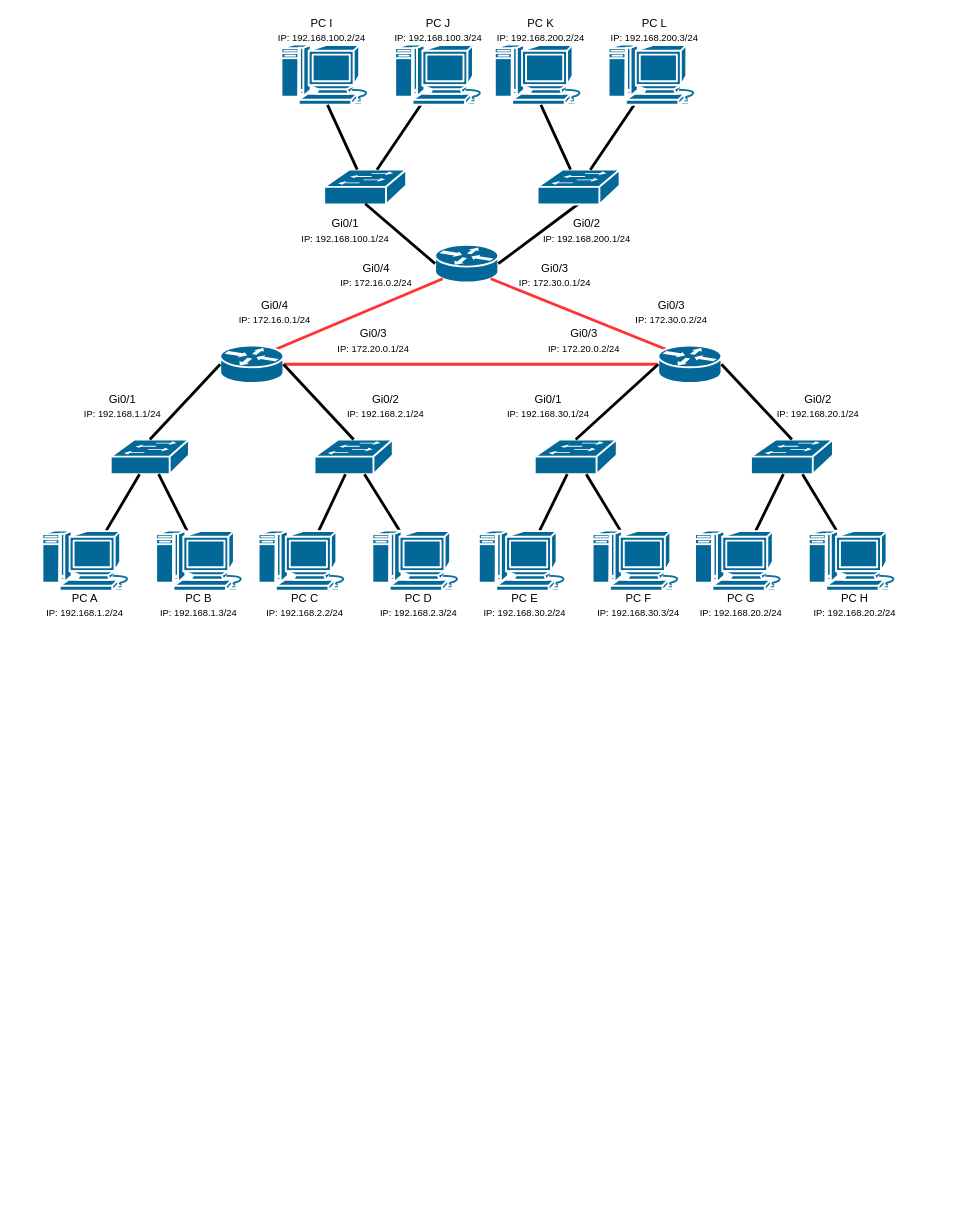
Earlier version of the draw.io diagram Routing.drawio (PLAD26/-MAC-Tabellen-und-Switching-). Source tidied: cells renumbered, new cells numbered last; positions are measured from the earlier drawing's top-left corner, leaving out a move shared by most shapes. Both pictures are drawn from the tidied source at 94%, with x=0, y=0 at pixel (35, 16).
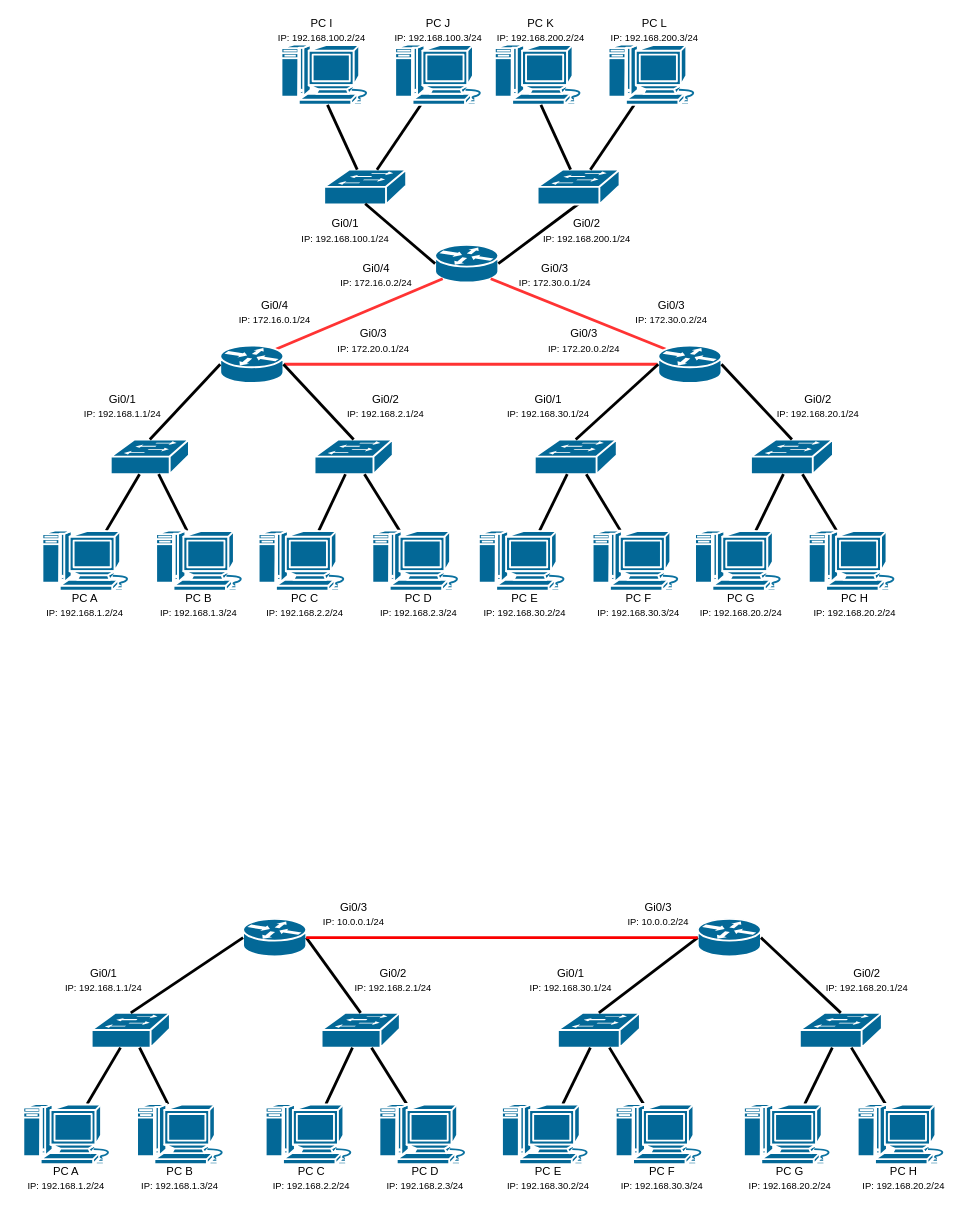
After the change.

Change to the diagram source:
```diff
@@
+    <mxCell id="68" style="strokeColor=#ffffff;sketch=0;html=1;dashed=0;fillColor=#036897;strokeWidth=2;verticalLabelPosition=bottom;verticalAlign=top;align=center;outlineConnect=0;shape=mxgraph.cisco.routers.router;" parent="1" vertex="1">
+      <mxGeometry x="221.1" y="960" width="67.2" height="40" as="geometry" />
+    </mxCell>
+    <mxCell id="69" style="strokeColor=#ffffff;sketch=0;html=1;dashed=0;fillColor=#036897;strokeWidth=2;verticalLabelPosition=bottom;verticalAlign=top;align=center;outlineConnect=0;shape=mxgraph.cisco.switches.workgroup_switch;" parent="1" vertex="1">
+      <mxGeometry x="60" y="1060" width="83.2" height="37" as="geometry" />
+    </mxCell>
+    <mxCell id="70" style="rounded=0;jettySize=auto;html=1;endArrow=none;endFill=0;strokeWidth=3;" parent="1" edge="1" source="71" target="69">
+      <mxGeometry relative="1" as="geometry" />
+    </mxCell>
+    <mxCell id="71" style="sketch=0;html=1;dashed=0;fillColor=#036897;strokeColor=#ffffff;strokeWidth=2;verticalLabelPosition=bottom;verticalAlign=top;align=center;outlineConnect=0;shape=mxgraph.cisco.computers_and_peripherals.macintosh;" parent="1" vertex="1">
+      <mxGeometry x="-13.2" y="1157" width="99" height="64" as="geometry" />
+    </mxCell>
+    <mxCell id="72" style="rounded=0;jettySize=auto;html=1;endArrow=none;endFill=0;strokeWidth=3;" parent="1" edge="1" source="73" target="69">
+      <mxGeometry relative="1" as="geometry" />
+    </mxCell>
+    <mxCell id="73" style="sketch=0;html=1;dashed=0;fillColor=#036897;strokeColor=#ffffff;strokeWidth=2;verticalLabelPosition=bottom;verticalAlign=top;align=center;outlineConnect=0;shape=mxgraph.cisco.computers_and_peripherals.macintosh;" parent="1" vertex="1">
+      <mxGeometry x="107.8" y="1157" width="99" height="64" as="geometry" />
+    </mxCell>
+    <mxCell id="74" style="strokeColor=#ffffff;sketch=0;html=1;dashed=0;fillColor=#036897;strokeWidth=2;verticalLabelPosition=bottom;verticalAlign=top;align=center;outlineConnect=0;shape=mxgraph.cisco.switches.workgroup_switch;" parent="1" vertex="1">
+      <mxGeometry x="304.6" y="1060" width="83.2" height="37" as="geometry" />
+    </mxCell>
+    <mxCell id="75" style="rounded=0;jettySize=auto;html=1;endArrow=none;endFill=0;strokeWidth=3;" parent="1" edge="1" source="76" target="74">
+      <mxGeometry relative="1" as="geometry" />
+    </mxCell>
+    <mxCell id="76" style="sketch=0;html=1;dashed=0;fillColor=#036897;strokeColor=#ffffff;strokeWidth=2;verticalLabelPosition=bottom;verticalAlign=top;align=center;outlineConnect=0;shape=mxgraph.cisco.computers_and_peripherals.macintosh;" parent="1" vertex="1">
+      <mxGeometry x="244.6" y="1157" width="99" height="64" as="geometry" />
+    </mxCell>
+    <mxCell id="77" style="rounded=0;jettySize=auto;html=1;endArrow=none;endFill=0;strokeWidth=3;" parent="1" edge="1" source="78" target="74">
+      <mxGeometry relative="1" as="geometry" />
+    </mxCell>
+    <mxCell id="78" style="sketch=0;html=1;dashed=0;fillColor=#036897;strokeColor=#ffffff;strokeWidth=2;verticalLabelPosition=bottom;verticalAlign=top;align=center;outlineConnect=0;shape=mxgraph.cisco.computers_and_peripherals.macintosh;" parent="1" vertex="1">
+      <mxGeometry x="365.6" y="1157" width="99" height="64" as="geometry" />
+    </mxCell>
+    <mxCell id="79" style="rounded=0;jettySize=auto;html=1;entryX=0;entryY=0.5;entryDx=0;entryDy=0;entryPerimeter=0;exitX=0.5;exitY=0;exitDx=0;exitDy=0;exitPerimeter=0;endArrow=none;endFill=0;strokeWidth=3;" parent="1" edge="1" source="69" target="68">
+      <mxGeometry relative="1" as="geometry" />
+    </mxCell>
+    <mxCell id="80" style="rounded=0;jettySize=auto;html=1;entryX=1;entryY=0.5;entryDx=0;entryDy=0;entryPerimeter=0;exitX=0.5;exitY=0;exitDx=0;exitDy=0;exitPerimeter=0;endArrow=none;endFill=0;strokeWidth=3;" parent="1" edge="1" source="74" target="68">
+      <mxGeometry relative="1" as="geometry" />
+    </mxCell>
+    <mxCell id="81" value="PC A&lt;div&gt;&lt;font style=&quot;font-size: 10px;&quot;&gt;IP: 192.168.1.2/24&lt;/font&gt;&lt;/div&gt;" style="text;html=1;whiteSpace=wrap;strokeColor=none;fillColor=none;align=center;verticalAlign=middle;rounded=0;" parent="1" vertex="1">
+      <mxGeometry x="-20" y="1221" width="105.8" height="30" as="geometry" />
+    </mxCell>
+    <mxCell id="82" value="PC B&lt;div&gt;&lt;font style=&quot;font-size: 10px;&quot;&gt;IP: 192.168.1.3/24&lt;/font&gt;&lt;/div&gt;" style="text;html=1;whiteSpace=wrap;strokeColor=none;fillColor=none;align=center;verticalAlign=middle;rounded=0;" parent="1" vertex="1">
+      <mxGeometry x="101" y="1221" width="105.8" height="30" as="geometry" />
+    </mxCell>
+    <mxCell id="83" value="PC C&lt;div&gt;&lt;font style=&quot;font-size: 10px;&quot;&gt;IP: 192.168.2.2/24&lt;/font&gt;&lt;/div&gt;" style="text;html=1;whiteSpace=wrap;strokeColor=none;fillColor=none;align=center;verticalAlign=middle;rounded=0;" parent="1" vertex="1">
+      <mxGeometry x="241.2" y="1221" width="105.8" height="30" as="geometry" />
+    </mxCell>
+    <mxCell id="84" value="Gi0/1&lt;br&gt;&lt;div&gt;&lt;font style=&quot;font-size: 10px;&quot;&gt;IP: 192.168.1.1/24&lt;/font&gt;&lt;/div&gt;" style="text;html=1;whiteSpace=wrap;strokeColor=none;fillColor=none;align=center;verticalAlign=middle;rounded=0;" parent="1" vertex="1">
+      <mxGeometry x="19.7" y="1010" width="105.8" height="30" as="geometry" />
+    </mxCell>
+    <mxCell id="85" value="Gi0/2&lt;br&gt;&lt;div&gt;&lt;font style=&quot;font-size: 10px;&quot;&gt;IP: 192.168.2.1/24&lt;/font&gt;&lt;/div&gt;" style="text;html=1;whiteSpace=wrap;strokeColor=none;fillColor=none;align=center;verticalAlign=middle;rounded=0;" parent="1" vertex="1">
+      <mxGeometry x="327.6" y="1010" width="105.8" height="30" as="geometry" />
+    </mxCell>
+    <mxCell id="86" value="PC D&lt;div&gt;&lt;font style=&quot;font-size: 10px;&quot;&gt;IP: 192.168.2.3/24&lt;/font&gt;&lt;/div&gt;" style="text;html=1;whiteSpace=wrap;strokeColor=none;fillColor=none;align=center;verticalAlign=middle;rounded=0;" parent="1" vertex="1">
+      <mxGeometry x="362.2" y="1221" width="105.8" height="30" as="geometry" />
+    </mxCell>
+    <mxCell id="87" style="strokeColor=#ffffff;sketch=0;html=1;dashed=0;fillColor=#036897;strokeWidth=2;verticalLabelPosition=bottom;verticalAlign=top;align=center;outlineConnect=0;shape=mxgraph.cisco.routers.router;" parent="1" vertex="1">
+      <mxGeometry x="704.8" y="960" width="67.2" height="40" as="geometry" />
+    </mxCell>
+    <mxCell id="88" style="strokeColor=#ffffff;sketch=0;html=1;dashed=0;fillColor=#036897;strokeWidth=2;verticalLabelPosition=bottom;verticalAlign=top;align=center;outlineConnect=0;shape=mxgraph.cisco.switches.workgroup_switch;" parent="1" vertex="1">
+      <mxGeometry x="556" y="1060" width="87.2" height="37" as="geometry" />
+    </mxCell>
+    <mxCell id="89" style="rounded=0;jettySize=auto;html=1;endArrow=none;endFill=0;strokeWidth=3;" parent="1" edge="1" source="90" target="88">
+      <mxGeometry relative="1" as="geometry" />
+    </mxCell>
+    <mxCell id="90" style="sketch=0;html=1;dashed=0;fillColor=#036897;strokeColor=#ffffff;strokeWidth=2;verticalLabelPosition=bottom;verticalAlign=top;align=center;outlineConnect=0;shape=mxgraph.cisco.computers_and_peripherals.macintosh;" parent="1" vertex="1">
+      <mxGeometry x="496" y="1157" width="99" height="64" as="geometry" />
+    </mxCell>
+    <mxCell id="91" style="rounded=0;jettySize=auto;html=1;endArrow=none;endFill=0;strokeWidth=3;" parent="1" edge="1" source="92" target="88">
+      <mxGeometry relative="1" as="geometry" />
+    </mxCell>
+    <mxCell id="92" style="sketch=0;html=1;dashed=0;fillColor=#036897;strokeColor=#ffffff;strokeWidth=2;verticalLabelPosition=bottom;verticalAlign=top;align=center;outlineConnect=0;shape=mxgraph.cisco.computers_and_peripherals.macintosh;" parent="1" vertex="1">
+      <mxGeometry x="617" y="1157" width="99" height="64" as="geometry" />
+    </mxCell>
+    <mxCell id="93" style="strokeColor=#ffffff;sketch=0;html=1;dashed=0;fillColor=#036897;strokeWidth=2;verticalLabelPosition=bottom;verticalAlign=top;align=center;outlineConnect=0;shape=mxgraph.cisco.switches.workgroup_switch;" parent="1" vertex="1">
+      <mxGeometry x="813.4" y="1060" width="87.2" height="37" as="geometry" />
+    </mxCell>
+    <mxCell id="94" style="rounded=0;jettySize=auto;html=1;endArrow=none;endFill=0;strokeWidth=3;" parent="1" edge="1" source="95" target="93">
+      <mxGeometry relative="1" as="geometry" />
+    </mxCell>
+    <mxCell id="95" style="sketch=0;html=1;dashed=0;fillColor=#036897;strokeColor=#ffffff;strokeWidth=2;verticalLabelPosition=bottom;verticalAlign=top;align=center;outlineConnect=0;shape=mxgraph.cisco.computers_and_peripherals.macintosh;" parent="1" vertex="1">
+      <mxGeometry x="753.4" y="1157" width="99" height="64" as="geometry" />
+    </mxCell>
+    <mxCell id="96" style="rounded=0;jettySize=auto;html=1;endArrow=none;endFill=0;strokeWidth=3;" parent="1" edge="1" source="97" target="93">
+      <mxGeometry relative="1" as="geometry" />
+    </mxCell>
+    <mxCell id="97" style="sketch=0;html=1;dashed=0;fillColor=#036897;strokeColor=#ffffff;strokeWidth=2;verticalLabelPosition=bottom;verticalAlign=top;align=center;outlineConnect=0;shape=mxgraph.cisco.computers_and_peripherals.macintosh;" parent="1" vertex="1">
+      <mxGeometry x="874.4" y="1157" width="99" height="64" as="geometry" />
+    </mxCell>
+    <mxCell id="98" style="rounded=0;jettySize=auto;html=1;entryX=0;entryY=0.5;entryDx=0;entryDy=0;entryPerimeter=0;exitX=0.5;exitY=0;exitDx=0;exitDy=0;exitPerimeter=0;endArrow=none;endFill=0;strokeWidth=3;" parent="1" edge="1" source="88" target="87">
+      <mxGeometry relative="1" as="geometry" />
+    </mxCell>
+    <mxCell id="99" style="rounded=0;jettySize=auto;html=1;entryX=1;entryY=0.5;entryDx=0;entryDy=0;entryPerimeter=0;exitX=0.5;exitY=0;exitDx=0;exitDy=0;exitPerimeter=0;endArrow=none;endFill=0;strokeWidth=3;" parent="1" edge="1" source="93" target="87">
+      <mxGeometry relative="1" as="geometry" />
+    </mxCell>
+    <mxCell id="100" value="PC E&lt;div&gt;&lt;font style=&quot;font-size: 10px;&quot;&gt;IP: 192.168.30.2/24&lt;/font&gt;&lt;/div&gt;" style="text;html=1;whiteSpace=wrap;strokeColor=none;fillColor=none;align=center;verticalAlign=middle;rounded=0;" parent="1" vertex="1">
+      <mxGeometry x="492.6" y="1221" width="105.8" height="30" as="geometry" />
+    </mxCell>
+    <mxCell id="101" value="PC F&lt;div&gt;&lt;font style=&quot;font-size: 10px;&quot;&gt;IP: 192.168.30.3/24&lt;/font&gt;&lt;/div&gt;" style="text;html=1;whiteSpace=wrap;strokeColor=none;fillColor=none;align=center;verticalAlign=middle;rounded=0;" parent="1" vertex="1">
+      <mxGeometry x="613.6" y="1221" width="105.8" height="30" as="geometry" />
+    </mxCell>
+    <mxCell id="102" value="PC G&lt;div&gt;&lt;font style=&quot;font-size: 10px;&quot;&gt;IP: 192.168.20.2/24&lt;/font&gt;&lt;/div&gt;" style="text;html=1;whiteSpace=wrap;strokeColor=none;fillColor=none;align=center;verticalAlign=middle;rounded=0;" parent="1" vertex="1">
+      <mxGeometry x="750" y="1221" width="105.8" height="30" as="geometry" />
+    </mxCell>
+    <mxCell id="103" value="PC H&lt;div&gt;&lt;font style=&quot;font-size: 10px;&quot;&gt;IP: 192.168.20.2/24&lt;/font&gt;&lt;/div&gt;" style="text;html=1;whiteSpace=wrap;strokeColor=none;fillColor=none;align=center;verticalAlign=middle;rounded=0;" parent="1" vertex="1">
+      <mxGeometry x="871" y="1221" width="105.8" height="30" as="geometry" />
+    </mxCell>
+    <mxCell id="104" value="Gi0/1&lt;br&gt;&lt;div&gt;&lt;font style=&quot;font-size: 10px;&quot;&gt;IP: 192.168.30.1/24&lt;/font&gt;&lt;/div&gt;" style="text;html=1;whiteSpace=wrap;strokeColor=none;fillColor=none;align=center;verticalAlign=middle;rounded=0;" parent="1" vertex="1">
+      <mxGeometry x="517.2" y="1010" width="105.8" height="30" as="geometry" />
+    </mxCell>
+    <mxCell id="105" value="Gi0/2&lt;br&gt;&lt;div&gt;&lt;font style=&quot;font-size: 10px;&quot;&gt;IP: 192.168.20.1/24&lt;/font&gt;&lt;/div&gt;" style="text;html=1;whiteSpace=wrap;strokeColor=none;fillColor=none;align=center;verticalAlign=middle;rounded=0;" parent="1" vertex="1">
+      <mxGeometry x="832" y="1010" width="105.8" height="30" as="geometry" />
+    </mxCell>
+    <mxCell id="106" style="rounded=0;jettySize=auto;html=1;entryX=0;entryY=0.5;entryDx=0;entryDy=0;entryPerimeter=0;endArrow=none;endFill=0;strokeWidth=3;strokeColor=light-dark(#fa0000, #ededed);" parent="1" edge="1" source="68" target="87">
+      <mxGeometry relative="1" as="geometry" />
+    </mxCell>
+    <mxCell id="107" value="Gi0/3&lt;br&gt;&lt;div&gt;&lt;font style=&quot;font-size: 10px;&quot;&gt;IP: 10.0.0.1/24&lt;/font&gt;&lt;/div&gt;" style="text;html=1;whiteSpace=wrap;strokeColor=none;fillColor=none;align=center;verticalAlign=middle;rounded=0;" parent="1" vertex="1">
+      <mxGeometry x="285.8" y="940" width="105.8" height="30" as="geometry" />
+    </mxCell>
+    <mxCell id="108" value="Gi0/3&lt;br&gt;&lt;div&gt;&lt;font style=&quot;font-size: 10px;&quot;&gt;IP: 10.0.0.2/24&lt;/font&gt;&lt;/div&gt;" style="text;html=1;whiteSpace=wrap;strokeColor=none;fillColor=none;align=center;verticalAlign=middle;rounded=0;" parent="1" vertex="1">
+      <mxGeometry x="610.2" y="940" width="105.8" height="30" as="geometry" />
+    </mxCell>
```
